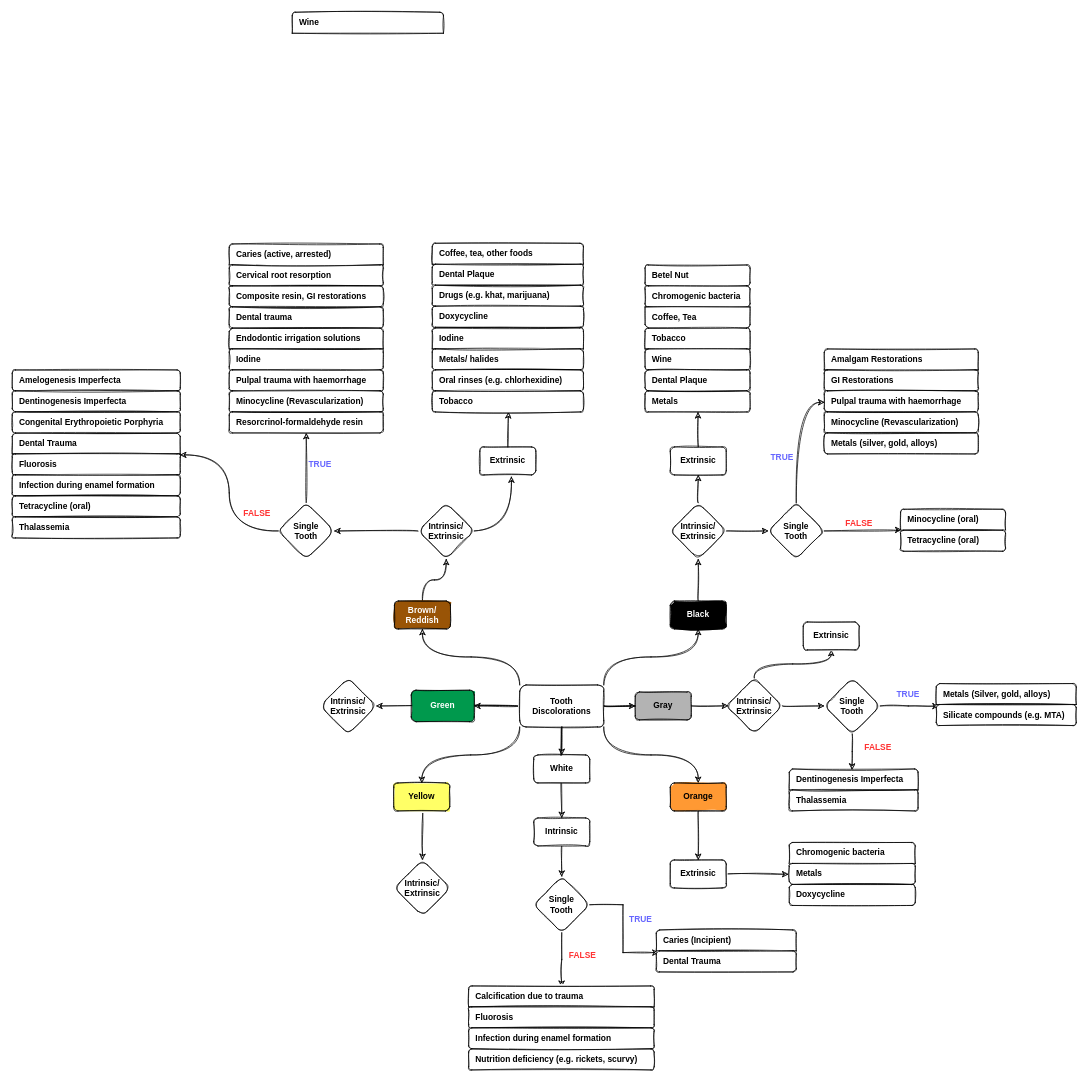
Muhammad-Nabeel-Sh/Clinical-Decision-Making keeps this draw.io diagram as Tooth Discolorations.drawio. Above is the earlier version. Source tidied: cells renumbered, new cells numbered last; positions are measured from the earlier drawing's top-left corner, leaving out a move shared by most shapes. Both pictures are drawn from the tidied source at 70%, with x=0, y=0 at pixel (12, 223).
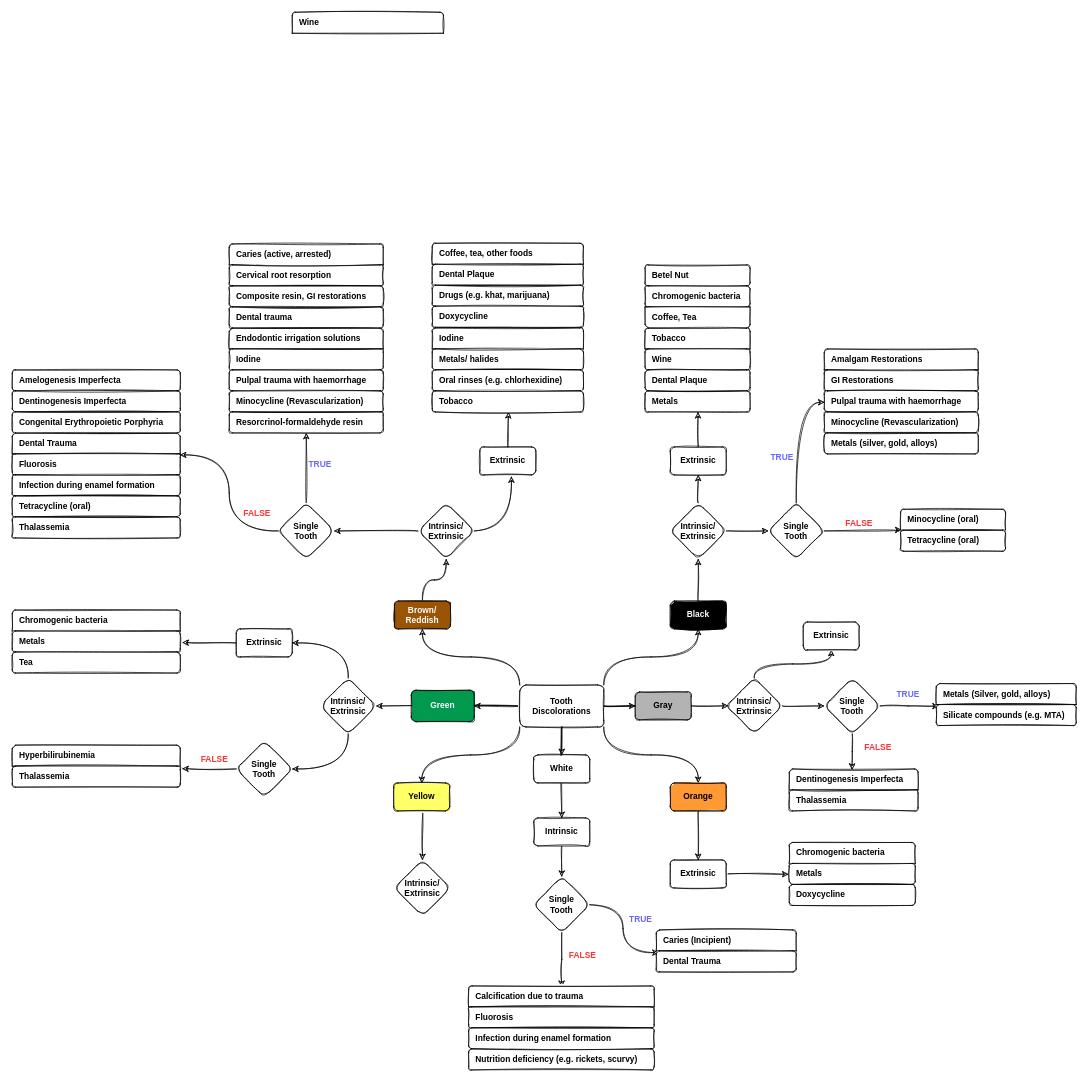
After the change.

The change refers to these unchanged cells:
```xml
<mxCell id="14" value="&lt;span&gt;Intrinsic/&lt;/span&gt;&lt;br&gt;&lt;span&gt;Extrinsic&lt;/span&gt;" style="rhombus;whiteSpace=wrap;html=1;rounded=1;sketch=1;fontSize=12;fontStyle=1;fontFamily=Helvetica;" parent="1" vertex="1">
  <mxGeometry x="440" y="650" width="80" height="80" as="geometry" />
</mxCell>
<mxCell id="83" value="Single &lt;br&gt;Tooth" style="rhombus;whiteSpace=wrap;html=1;rounded=1;sketch=1;fontStyle=1;" parent="1" vertex="1">
  <mxGeometry x="745" y="934" width="80" height="80" as="geometry" />
</mxCell>
<mxCell id="85" value="Caries (Incipient)" style="strokeColor=inherit;fillColor=inherit;gradientColor=inherit;fontColor=inherit;html=1;shadow=0;dashed=0;shape=mxgraph.bootstrap.topButton;rSize=5;perimeter=none;whiteSpace=wrap;align=left;spacing=10;rounded=1;sketch=1;fontFamily=Helvetica;fontSize=12;fontStyle=1;" parent="84" vertex="1">
  <mxGeometry width="200" height="30" relative="1" as="geometry" />
</mxCell>
```

Change to the diagram source:
```diff
@@
+    <mxCell id="134" style="edgeStyle=orthogonalEdgeStyle;curved=1;sketch=1;jettySize=auto;html=1;entryX=1;entryY=0.5;entryDx=0;entryDy=0;fontColor=#FFFFFF;exitX=0.5;exitY=0;exitDx=0;exitDy=0;" parent="1" edge="1" source="14" target="137">
+      <mxGeometry relative="1" as="geometry" />
+    </mxCell>
+    <mxCell id="135" style="edgeStyle=orthogonalEdgeStyle;curved=1;sketch=1;jettySize=auto;html=1;fontColor=#FFFFFF;exitX=0.5;exitY=1;exitDx=0;exitDy=0;entryX=1;entryY=0.5;entryDx=0;entryDy=0;" parent="1" edge="1" source="14" target="139">
+      <mxGeometry relative="1" as="geometry" />
+    </mxCell>
@@
-    <mxCell id="82" style="edgeStyle=orthogonalEdgeStyle;rounded=0;jettySize=auto;html=1;entryX=0.017;entryY=1.079;entryDx=0;entryDy=0;entryPerimeter=0;sketch=1;" parent="1" edge="1" source="83" target="85">
+    <mxCell id="82" style="edgeStyle=orthogonalEdgeStyle;jettySize=auto;html=1;entryX=0.017;entryY=1.079;entryDx=0;entryDy=0;entryPerimeter=0;sketch=1;curved=1;" parent="1" edge="1" source="83" target="85">
       <mxGeometry relative="1" as="geometry" />
     </mxCell>
@@
+    <mxCell id="136" style="edgeStyle=orthogonalEdgeStyle;curved=1;sketch=1;jettySize=auto;html=1;entryX=1.013;entryY=0.548;entryDx=0;entryDy=0;entryPerimeter=0;fontColor=#FFFFFF;" parent="1" edge="1" source="137" target="142">
+      <mxGeometry relative="1" as="geometry" />
+    </mxCell>
+    <mxCell id="137" value="Extrinsic" style="whiteSpace=wrap;html=1;rounded=1;sketch=1;fontStyle=1;" parent="1" vertex="1">
+      <mxGeometry x="320" y="580" width="80" height="40" as="geometry" />
+    </mxCell>
+    <mxCell id="138" style="edgeStyle=orthogonalEdgeStyle;curved=1;sketch=1;jettySize=auto;html=1;entryX=1.012;entryY=0.12;entryDx=0;entryDy=0;entryPerimeter=0;fontColor=#FFFFFF;" parent="1" edge="1" source="139" target="146">
+      <mxGeometry relative="1" as="geometry" />
+    </mxCell>
+    <mxCell id="139" value="Single &lt;br&gt;Tooth" style="rhombus;whiteSpace=wrap;html=1;rounded=1;sketch=1;fontSize=12;fontStyle=1;fontFamily=Helvetica;" parent="1" vertex="1">
+      <mxGeometry x="320" y="740" width="80" height="80" as="geometry" />
+    </mxCell>
+    <mxCell id="140" style="html=1;shadow=0;dashed=0;shape=mxgraph.bootstrap.rrect;rSize=5;html=1;whiteSpace=wrap;rounded=1;sketch=1;fontFamily=Helvetica;fontSize=12;fontStyle=0;" parent="1" vertex="1">
+      <mxGeometry y="553" width="240" height="90" as="geometry" />
+    </mxCell>
+    <mxCell id="141" value="Chromogenic bacteria" style="strokeColor=inherit;fillColor=inherit;gradientColor=inherit;fontColor=inherit;html=1;shadow=0;dashed=0;shape=mxgraph.bootstrap.topButton;rSize=5;perimeter=none;whiteSpace=wrap;align=left;spacing=10;rounded=1;sketch=1;fontFamily=Helvetica;fontSize=12;fontStyle=1;" parent="140" vertex="1">
+      <mxGeometry width="240" height="30" relative="1" as="geometry" />
+    </mxCell>
+    <mxCell id="142" value="Metals" style="strokeColor=inherit;fillColor=inherit;gradientColor=inherit;fontColor=inherit;html=1;shadow=0;dashed=0;perimeter=none;whiteSpace=wrap;align=left;spacing=10;rounded=1;sketch=1;fontFamily=Helvetica;fontSize=12;fontStyle=1;" parent="140" vertex="1">
+      <mxGeometry width="240" height="30" relative="1" as="geometry">
+        <mxPoint y="30" as="offset" />
+      </mxGeometry>
+    </mxCell>
+    <mxCell id="143" value="Tea" style="strokeColor=inherit;fillColor=inherit;gradientColor=inherit;fontColor=inherit;html=1;shadow=0;dashed=0;perimeter=none;whiteSpace=wrap;align=left;spacing=10;rounded=1;sketch=1;fontFamily=Helvetica;fontSize=12;fontStyle=1;" parent="140" vertex="1">
+      <mxGeometry width="240" height="30" relative="1" as="geometry">
+        <mxPoint y="60" as="offset" />
+      </mxGeometry>
+    </mxCell>
+    <mxCell id="144" style="html=1;shadow=0;dashed=0;shape=mxgraph.bootstrap.rrect;rSize=5;html=1;whiteSpace=wrap;rounded=1;sketch=1;fontFamily=Helvetica;fontSize=12;fontStyle=0;" parent="1" vertex="1">
+      <mxGeometry y="746" width="240" height="56" as="geometry" />
+    </mxCell>
+    <mxCell id="145" value="Hyperbilirubinemia" style="strokeColor=inherit;fillColor=inherit;gradientColor=inherit;fontColor=inherit;html=1;shadow=0;dashed=0;shape=mxgraph.bootstrap.topButton;rSize=5;perimeter=none;whiteSpace=wrap;align=left;spacing=10;rounded=1;sketch=1;fontFamily=Helvetica;fontSize=12;fontStyle=1;" parent="144" vertex="1">
+      <mxGeometry width="240" height="30" relative="1" as="geometry" />
+    </mxCell>
+    <mxCell id="146" value="Thalassemia" style="strokeColor=inherit;fillColor=inherit;gradientColor=inherit;fontColor=inherit;html=1;shadow=0;dashed=0;perimeter=none;whiteSpace=wrap;align=left;spacing=10;rounded=1;sketch=1;fontFamily=Helvetica;fontSize=12;fontStyle=1;" parent="144" vertex="1">
+      <mxGeometry width="240" height="30" relative="1" as="geometry">
+        <mxPoint y="30" as="offset" />
+      </mxGeometry>
+    </mxCell>
+    <mxCell id="147" value="FALSE" style="text;html=1;strokeColor=none;fillColor=none;align=center;verticalAlign=middle;whiteSpace=wrap;rounded=0;sketch=1;fontFamily=Helvetica;fontSize=12;fontStyle=1;fontColor=#FF3333;labelBackgroundColor=none;labelBorderColor=none;" parent="1" vertex="1">
+      <mxGeometry x="259" y="751" width="60" height="30" as="geometry" />
+    </mxCell>
```
